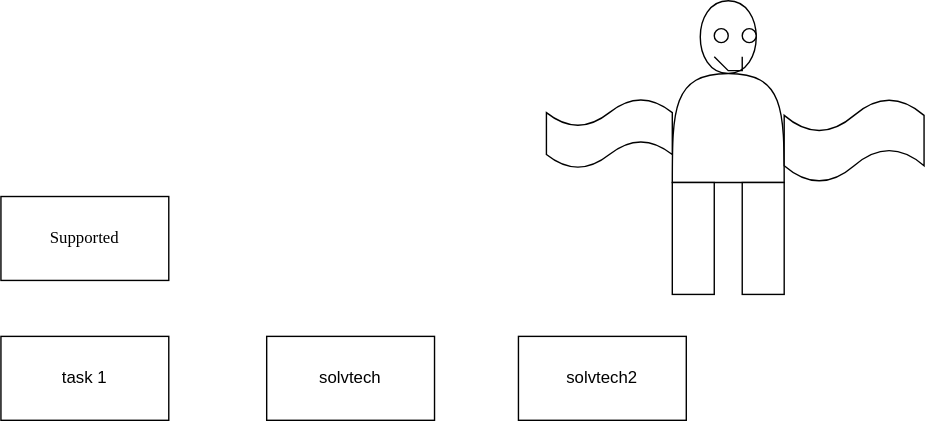
The draw.io diagram systems_analysis/eva2/crear-env-vars-gitbash-windows.drawio.svg in cdvelop/aiep, before a commit. Source tidied: cells renumbered, new cells last; positions are measured from the earlier drawing's top-left corner, leaving out a move shared by most shapes.
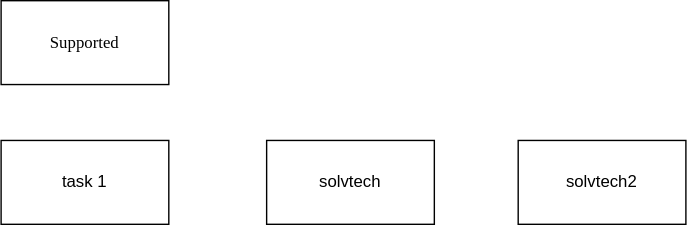
After the change.

What changed in the source:
```diff
@@ -14,36 +14,5 @@
     <mxCell id="5" value="&lt;font face=&quot;Garamond&quot;&gt;Supported&lt;/font&gt;" style="rounded=0;whiteSpace=wrap;html=1;" parent="1" vertex="1">
       <mxGeometry y="140" width="120" height="60" as="geometry" />
     </mxCell>
-    <mxCell id="6" style="shape=actor;whiteSpace=wrap;html=1;" parent="1" vertex="1">
-      <mxGeometry x="480" width="80" height="130" as="geometry" />
-    </mxCell>
-    <mxCell id="7" style="rounded=0;whiteSpace=wrap;html=1;" parent="1" vertex="1">
-      <mxGeometry x="480" y="130" width="30" height="80" as="geometry" />
-    </mxCell>
-    <mxCell id="8" style="rounded=0;whiteSpace=wrap;html=1;" parent="1" vertex="1">
-      <mxGeometry x="530" y="130" width="30" height="80" as="geometry" />
-    </mxCell>
-    <mxCell id="9" style="shape=tape;whiteSpace=wrap;html=1;" parent="1" vertex="1">
-      <mxGeometry x="390" y="70" width="90" height="50" as="geometry" />
-    </mxCell>
-    <mxCell id="10" style="shape=tape;whiteSpace=wrap;html=1;" parent="1" vertex="1">
-      <mxGeometry x="560" y="70" width="100" height="60" as="geometry" />
-    </mxCell>
-    <mxCell id="11" style="ellipse;whiteSpace=wrap;html=1;" parent="1" vertex="1">
-      <mxGeometry x="510" y="20" width="10" height="10" as="geometry" />
-    </mxCell>
-    <mxCell id="12" style="ellipse;whiteSpace=wrap;html=1;" parent="1" vertex="1">
-      <mxGeometry x="530" y="20" width="10" height="10" as="geometry" />
-    </mxCell>
-    <mxCell id="13" style="endArrow=none;html=1;rounded=0;" parent="1" edge="1">
-      <mxGeometry relative="1" as="geometry">
-        <mxPoint x="510" y="40" as="sourcePoint" />
-        <mxPoint x="530" y="40" as="targetPoint" />
-        <Array as="points">
-          <mxPoint x="520" y="50" />
-          <mxPoint x="530" y="50" />
-        </Array>
-      </mxGeometry>
-    </mxCell>
   </root>
 </mxGraphModel>
```
